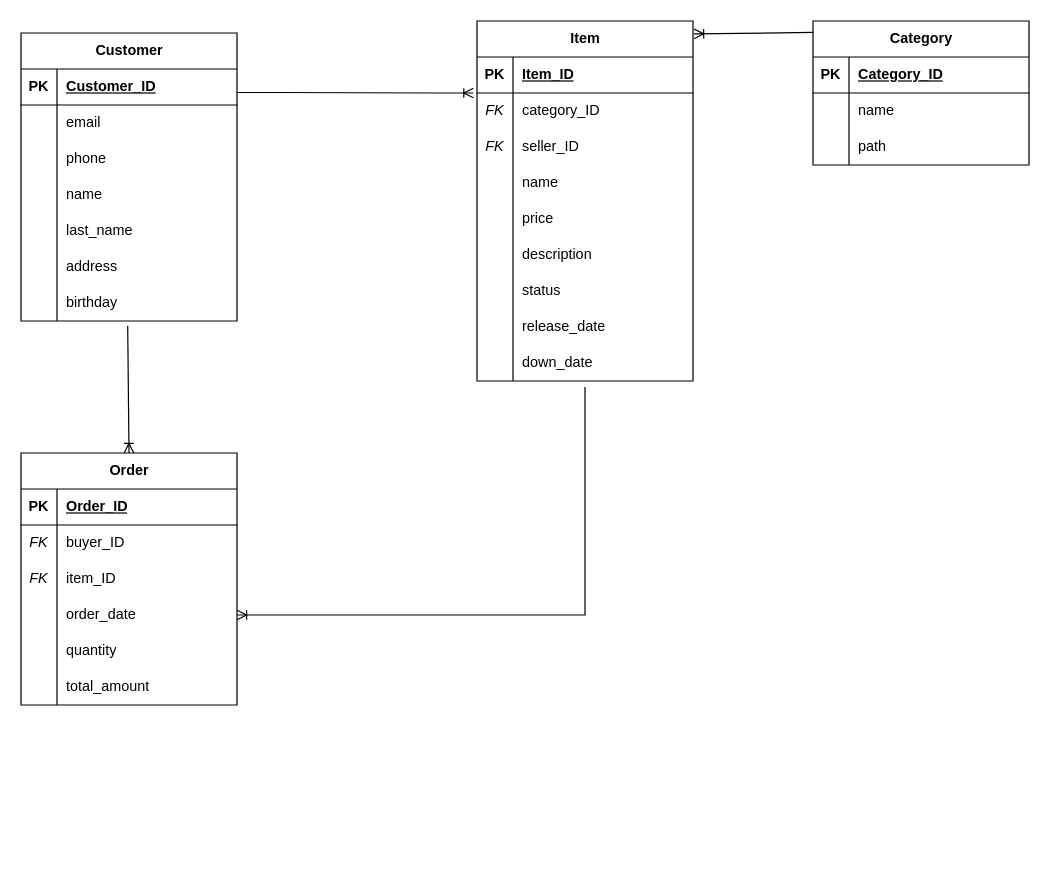
AgusArdizzone/ML-Challenge-SQL keeps this draw.io diagram as Diagrama ecommerce.drawio. Above is the earlier version. Source tidied: cells renumbered, new cells numbered last; positions are measured from the earlier drawing's top-left corner, leaving out a move shared by most shapes. Both pictures are drawn from the tidied source at 120%, with x=0, y=0 at pixel (20, 20).
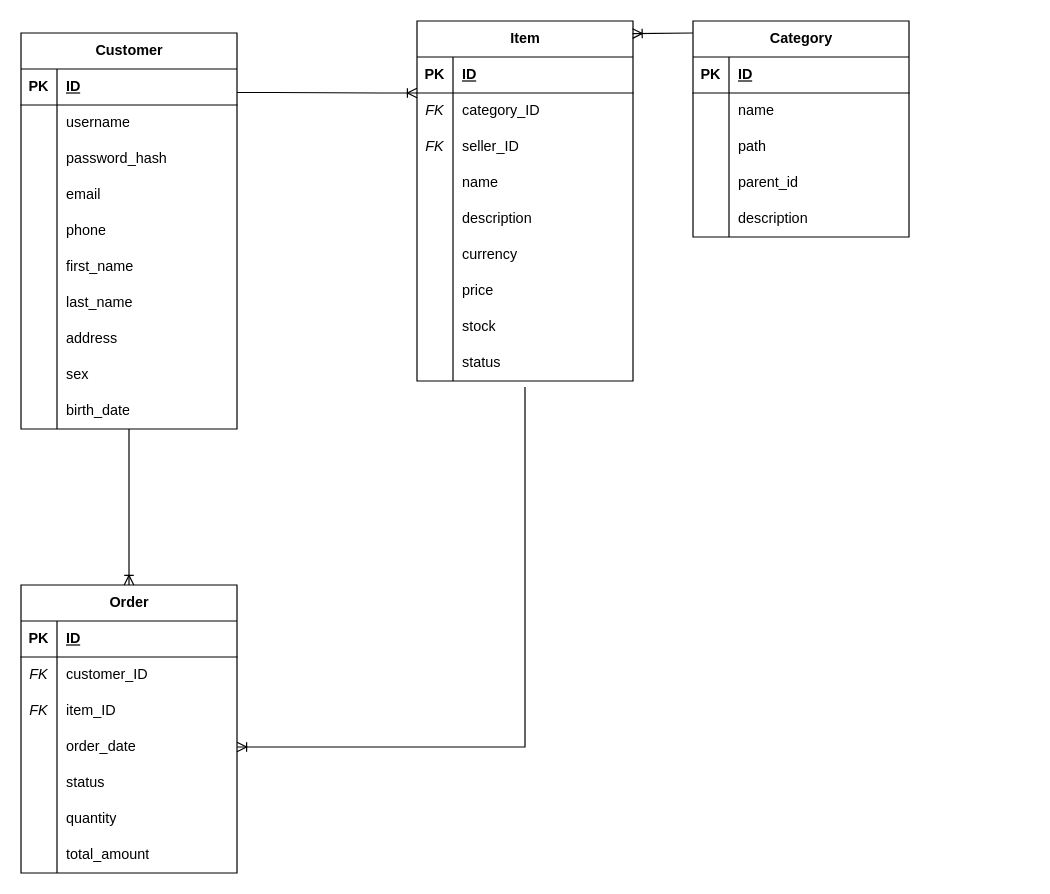
The same diagram, later.

Commit message:
Se agregaron mas campos al DER

Unchanged cells that the change refers to:
```xml
<mxCell id="3" style="shape=tableRow;horizontal=0;startSize=0;swimlaneHead=0;swimlaneBody=0;fillColor=none;top=0;left=0;right=0;bottom=1;" parent="2" vertex="1">
  <mxGeometry y="30" width="180" height="30" as="geometry" />
</mxCell>
<mxCell id="6" style="shape=tableRow;horizontal=0;startSize=0;swimlaneHead=0;swimlaneBody=0;fillColor=none;top=0;left=0;right=0;bottom=0;" parent="2" vertex="1">
  <mxGeometry y="60" width="180" height="30" as="geometry" />
</mxCell>
<mxCell id="9" style="shape=tableRow;horizontal=0;startSize=0;swimlaneHead=0;swimlaneBody=0;fillColor=none;top=0;left=0;right=0;bottom=0;" parent="2" vertex="1">
  <mxGeometry y="90" width="180" height="30" as="geometry" />
</mxCell>
<mxCell id="12" style="shape=tableRow;horizontal=0;startSize=0;swimlaneHead=0;swimlaneBody=0;fillColor=none;top=0;left=0;right=0;bottom=0;" parent="2" vertex="1">
  <mxGeometry y="120" width="180" height="30" as="geometry" />
</mxCell>
<mxCell id="15" style="shape=tableRow;horizontal=0;startSize=0;swimlaneHead=0;swimlaneBody=0;fillColor=none;top=0;left=0;right=0;bottom=0;" parent="2" vertex="1">
  <mxGeometry y="150" width="180" height="30" as="geometry" />
</mxCell>
<mxCell id="18" style="shape=tableRow;horizontal=0;startSize=0;swimlaneHead=0;swimlaneBody=0;fillColor=none;top=0;left=0;right=0;bottom=0;" parent="2" vertex="1">
  <mxGeometry y="180" width="180" height="30" as="geometry" />
</mxCell>
<mxCell id="21" style="shape=tableRow;horizontal=0;startSize=0;swimlaneHead=0;swimlaneBody=0;fillColor=none;points=[[0,0.5],[1,0.5]];portConstraint=eastwest;top=0;left=0;right=0;bottom=0;" parent="2" vertex="1">
  <mxGeometry y="210" width="180" height="30" as="geometry" />
</mxCell>
<mxCell id="25" style="shape=tableRow;horizontal=0;startSize=0;swimlaneHead=0;swimlaneBody=0;fillColor=none;top=0;left=0;right=0;bottom=1;" parent="24" vertex="1">
  <mxGeometry y="30" width="180" height="30" as="geometry" />
</mxCell>
<mxCell id="37" style="shape=tableRow;horizontal=0;startSize=0;swimlaneHead=0;swimlaneBody=0;fillColor=none;top=0;left=0;right=0;bottom=0;" parent="24" vertex="1">
  <mxGeometry y="150" width="180" height="30" as="geometry" />
</mxCell>
<mxCell id="40" style="shape=tableRow;horizontal=0;startSize=0;swimlaneHead=0;swimlaneBody=0;fillColor=none;top=0;left=0;right=0;bottom=0;" parent="24" vertex="1">
  <mxGeometry y="180" width="180" height="30" as="geometry" />
</mxCell>
<mxCell id="43" style="shape=tableRow;horizontal=0;startSize=0;swimlaneHead=0;swimlaneBody=0;fillColor=none;top=0;left=0;right=0;bottom=0;" parent="24" vertex="1">
  <mxGeometry y="210" width="180" height="30" as="geometry" />
</mxCell>
<mxCell id="46" style="shape=tableRow;horizontal=0;startSize=0;swimlaneHead=0;swimlaneBody=0;fillColor=none;top=0;left=0;right=0;bottom=0;" parent="24" vertex="1">
  <mxGeometry y="240" width="180" height="30" as="geometry" />
</mxCell>
<mxCell id="49" style="shape=tableRow;horizontal=0;startSize=0;swimlaneHead=0;swimlaneBody=0;fillColor=none;points=[[0,0.5],[1,0.5]];portConstraint=eastwest;top=0;left=0;right=0;bottom=0;" parent="24" vertex="1">
  <mxGeometry y="270" width="180" height="30" as="geometry" />
</mxCell>
<mxCell id="53" style="shape=tableRow;horizontal=0;startSize=0;swimlaneHead=0;swimlaneBody=0;fillColor=none;top=0;left=0;right=0;bottom=1;" parent="52" vertex="1">
  <mxGeometry y="30" width="180" height="30" as="geometry" />
</mxCell>
<mxCell id="63" style="shape=tableRow;horizontal=0;startSize=0;swimlaneHead=0;swimlaneBody=0;fillColor=none;top=0;left=0;right=0;bottom=1;" parent="62" vertex="1">
  <mxGeometry y="30" width="180" height="30" as="geometry" />
</mxCell>
<mxCell id="66" style="shape=tableRow;horizontal=0;startSize=0;swimlaneHead=0;swimlaneBody=0;fillColor=none;top=0;left=0;right=0;bottom=0;" parent="62" vertex="1">
  <mxGeometry y="60" width="180" height="30" as="geometry" />
</mxCell>
<mxCell id="72" style="shape=tableRow;horizontal=0;startSize=0;swimlaneHead=0;swimlaneBody=0;fillColor=none;points=[[0,0.5],[1,0.5]];portConstraint=eastwest;top=0;left=0;right=0;bottom=0;" parent="62" vertex="1">
  <mxGeometry y="120" width="180" height="30" as="geometry" />
</mxCell>
```

The edit, as a diff of the source:
```diff
@@
     <mxCell id="2" value="Customer" style="shape=table;startSize=30;childLayout=tableLayout;rowLines=0;fontStyle=1;align=center;html=1;" parent="1" vertex="1">
-      <mxGeometry y="10" width="180" height="240" as="geometry" />
+      <mxGeometry y="10" width="180" height="330" as="geometry" />
     </mxCell>
@@
-    <mxCell id="5" value="Customer_ID" style="shape=partialRectangle;fillColor=none;top=0;left=0;bottom=0;right=0;align=left;spacingLeft=6;fontStyle=5;overflow=hidden;whiteSpace=wrap;html=1;" parent="3" vertex="1">
+    <mxCell id="5" value="ID" style="shape=partialRectangle;fillColor=none;top=0;left=0;bottom=0;right=0;align=left;spacingLeft=6;fontStyle=5;overflow=hidden;whiteSpace=wrap;html=1;" parent="3" vertex="1">
       <mxGeometry x="30" width="150" height="30" as="geometry" />
     </mxCell>
@@
-    <mxCell id="8" value="email" style="shape=partialRectangle;fillColor=none;top=0;left=0;bottom=0;right=0;align=left;spacingLeft=6;overflow=hidden;whiteSpace=wrap;html=1;" parent="6" vertex="1">
+    <mxCell id="8" value="username" style="shape=partialRectangle;fillColor=none;top=0;left=0;bottom=0;right=0;align=left;spacingLeft=6;overflow=hidden;whiteSpace=wrap;html=1;" parent="6" vertex="1">
       <mxGeometry x="30" width="150" height="30" as="geometry" />
     </mxCell>
@@
-    <mxCell id="11" value="phone" style="shape=partialRectangle;fillColor=none;top=0;left=0;bottom=0;right=0;align=left;spacingLeft=6;overflow=hidden;whiteSpace=wrap;html=1;" parent="9" vertex="1">
+    <mxCell id="11" value="password_hash" style="shape=partialRectangle;fillColor=none;top=0;left=0;bottom=0;right=0;align=left;spacingLeft=6;overflow=hidden;whiteSpace=wrap;html=1;" parent="9" vertex="1">
       <mxGeometry x="30" width="150" height="30" as="geometry" />
     </mxCell>
@@
-    <mxCell id="14" value="name" style="shape=partialRectangle;fillColor=none;top=0;left=0;bottom=0;right=0;align=left;spacingLeft=6;overflow=hidden;whiteSpace=wrap;html=1;" parent="12" vertex="1">
+    <mxCell id="14" value="email" style="shape=partialRectangle;fillColor=none;top=0;left=0;bottom=0;right=0;align=left;spacingLeft=6;overflow=hidden;whiteSpace=wrap;html=1;" parent="12" vertex="1">
       <mxGeometry x="30" width="150" height="30" as="geometry" />
     </mxCell>
@@
-    <mxCell id="17" value="last_name" style="shape=partialRectangle;fillColor=none;top=0;left=0;bottom=0;right=0;align=left;spacingLeft=6;overflow=hidden;whiteSpace=wrap;html=1;" parent="15" vertex="1">
+    <mxCell id="17" value="phone" style="shape=partialRectangle;fillColor=none;top=0;left=0;bottom=0;right=0;align=left;spacingLeft=6;overflow=hidden;whiteSpace=wrap;html=1;" parent="15" vertex="1">
       <mxGeometry x="30" width="150" height="30" as="geometry" />
     </mxCell>
@@
-    <mxCell id="20" value="address" style="shape=partialRectangle;fillColor=none;top=0;left=0;bottom=0;right=0;align=left;spacingLeft=6;overflow=hidden;whiteSpace=wrap;html=1;" parent="18" vertex="1">
+    <mxCell id="20" value="first_name" style="shape=partialRectangle;fillColor=none;top=0;left=0;bottom=0;right=0;align=left;spacingLeft=6;overflow=hidden;whiteSpace=wrap;html=1;" parent="18" vertex="1">
       <mxGeometry x="30" width="150" height="30" as="geometry" />
     </mxCell>
@@
-    <mxCell id="23" value="birthday" style="shape=partialRectangle;fillColor=none;top=0;left=0;bottom=0;right=0;align=left;spacingLeft=6;overflow=hidden;whiteSpace=wrap;html=1;" parent="21" vertex="1">
+    <mxCell id="23" value="last_name" style="shape=partialRectangle;fillColor=none;top=0;left=0;bottom=0;right=0;align=left;spacingLeft=6;overflow=hidden;whiteSpace=wrap;html=1;" parent="21" vertex="1">
       <mxGeometry x="30" width="150" height="30" as="geometry" />
     </mxCell>
+    <mxCell id="85" style="shape=tableRow;horizontal=0;startSize=0;swimlaneHead=0;swimlaneBody=0;fillColor=none;top=0;left=0;right=0;bottom=0;" parent="2" vertex="1">
+      <mxGeometry y="240" width="180" height="30" as="geometry" />
+    </mxCell>
+    <mxCell id="86" style="shape=partialRectangle;fillColor=none;top=0;left=0;bottom=0;right=0;overflow=hidden;whiteSpace=wrap;html=1;" parent="85" vertex="1">
+      <mxGeometry width="30" height="30" as="geometry" />
+    </mxCell>
+    <mxCell id="87" value="address" style="shape=partialRectangle;fillColor=none;top=0;left=0;bottom=0;right=0;align=left;spacingLeft=6;overflow=hidden;whiteSpace=wrap;html=1;" parent="85" vertex="1">
+      <mxGeometry x="30" width="150" height="30" as="geometry" />
+    </mxCell>
+    <mxCell id="88" style="shape=tableRow;horizontal=0;startSize=0;swimlaneHead=0;swimlaneBody=0;fillColor=none;top=0;left=0;right=0;bottom=0;" parent="2" vertex="1">
+      <mxGeometry y="270" width="180" height="30" as="geometry" />
+    </mxCell>
+    <mxCell id="89" style="shape=partialRectangle;fillColor=none;top=0;left=0;bottom=0;right=0;overflow=hidden;whiteSpace=wrap;html=1;" parent="88" vertex="1">
+      <mxGeometry width="30" height="30" as="geometry" />
+    </mxCell>
+    <mxCell id="90" value="sex" style="shape=partialRectangle;fillColor=none;top=0;left=0;bottom=0;right=0;align=left;spacingLeft=6;overflow=hidden;whiteSpace=wrap;html=1;" parent="88" vertex="1">
+      <mxGeometry x="30" width="150" height="30" as="geometry" />
+    </mxCell>
+    <mxCell id="91" style="shape=tableRow;horizontal=0;startSize=0;swimlaneHead=0;swimlaneBody=0;fillColor=none;top=0;left=0;right=0;bottom=0;" parent="2" vertex="1">
+      <mxGeometry y="300" width="180" height="30" as="geometry" />
+    </mxCell>
+    <mxCell id="92" style="shape=partialRectangle;fillColor=none;top=0;left=0;bottom=0;right=0;overflow=hidden;whiteSpace=wrap;html=1;" parent="91" vertex="1">
+      <mxGeometry width="30" height="30" as="geometry" />
+    </mxCell>
+    <mxCell id="93" value="birth_date" style="shape=partialRectangle;fillColor=none;top=0;left=0;bottom=0;right=0;align=left;spacingLeft=6;overflow=hidden;whiteSpace=wrap;html=1;" parent="91" vertex="1">
+      <mxGeometry x="30" width="150" height="30" as="geometry" />
+    </mxCell>
     <mxCell id="24" value="Item" style="shape=table;startSize=30;childLayout=tableLayout;rowLines=0;fontStyle=1;align=center;html=1;" parent="1" vertex="1">
-      <mxGeometry x="380" width="180" height="300" as="geometry" />
+      <mxGeometry x="330" width="180" height="300" as="geometry" />
     </mxCell>
@@
-    <mxCell id="27" value="Item_ID" style="shape=partialRectangle;fillColor=none;top=0;left=0;bottom=0;right=0;align=left;spacingLeft=6;fontStyle=5;overflow=hidden;whiteSpace=wrap;html=1;" parent="25" vertex="1">
+    <mxCell id="27" value="ID" style="shape=partialRectangle;fillColor=none;top=0;left=0;bottom=0;right=0;align=left;spacingLeft=6;fontStyle=5;overflow=hidden;whiteSpace=wrap;html=1;" parent="25" vertex="1">
       <mxGeometry x="30" width="150" height="30" as="geometry" />
     </mxCell>
@@
-    <mxCell id="39" value="price" style="shape=partialRectangle;fillColor=none;top=0;left=0;bottom=0;right=0;align=left;spacingLeft=6;overflow=hidden;whiteSpace=wrap;html=1;" parent="37" vertex="1">
+    <mxCell id="39" value="description" style="shape=partialRectangle;fillColor=none;top=0;left=0;bottom=0;right=0;align=left;spacingLeft=6;overflow=hidden;whiteSpace=wrap;html=1;" parent="37" vertex="1">
       <mxGeometry x="30" width="150" height="30" as="geometry" />
     </mxCell>
@@
-    <mxCell id="42" value="description" style="shape=partialRectangle;fillColor=none;top=0;left=0;bottom=0;right=0;align=left;spacingLeft=6;overflow=hidden;whiteSpace=wrap;html=1;" parent="40" vertex="1">
+    <mxCell id="42" value="currency" style="shape=partialRectangle;fillColor=none;top=0;left=0;bottom=0;right=0;align=left;spacingLeft=6;overflow=hidden;whiteSpace=wrap;html=1;" parent="40" vertex="1">
       <mxGeometry x="30" width="150" height="30" as="geometry" />
     </mxCell>
@@
-    <mxCell id="45" value="status" style="shape=partialRectangle;fillColor=none;top=0;left=0;bottom=0;right=0;align=left;spacingLeft=6;overflow=hidden;whiteSpace=wrap;html=1;" parent="43" vertex="1">
+    <mxCell id="45" value="price" style="shape=partialRectangle;fillColor=none;top=0;left=0;bottom=0;right=0;align=left;spacingLeft=6;overflow=hidden;whiteSpace=wrap;html=1;" parent="43" vertex="1">
       <mxGeometry x="30" width="150" height="30" as="geometry" />
     </mxCell>
@@
-    <mxCell id="48" value="release_date" style="shape=partialRectangle;fillColor=none;top=0;left=0;bottom=0;right=0;align=left;spacingLeft=6;overflow=hidden;whiteSpace=wrap;html=1;" parent="46" vertex="1">
+    <mxCell id="48" value="stock" style="shape=partialRectangle;fillColor=none;top=0;left=0;bottom=0;right=0;align=left;spacingLeft=6;overflow=hidden;whiteSpace=wrap;html=1;" parent="46" vertex="1">
       <mxGeometry x="30" width="150" height="30" as="geometry" />
     </mxCell>
@@
-    <mxCell id="51" value="down_date" style="shape=partialRectangle;fillColor=none;top=0;left=0;bottom=0;right=0;align=left;spacingLeft=6;overflow=hidden;whiteSpace=wrap;html=1;" parent="49" vertex="1">
+    <mxCell id="51" value="status" style="shape=partialRectangle;fillColor=none;top=0;left=0;bottom=0;right=0;align=left;spacingLeft=6;overflow=hidden;whiteSpace=wrap;html=1;" parent="49" vertex="1">
       <mxGeometry x="30" width="150" height="30" as="geometry" />
     </mxCell>
     <mxCell id="52" value="Category" style="shape=table;startSize=30;childLayout=tableLayout;rowLines=0;fontStyle=1;align=center;html=1;" parent="1" vertex="1">
-      <mxGeometry x="660" width="180" height="120" as="geometry" />
+      <mxGeometry x="560" width="180" height="180" as="geometry" />
     </mxCell>
@@
-    <mxCell id="55" value="Category_ID" style="shape=partialRectangle;fillColor=none;top=0;left=0;bottom=0;right=0;align=left;spacingLeft=6;fontStyle=5;overflow=hidden;whiteSpace=wrap;html=1;" parent="53" vertex="1">
+    <mxCell id="55" value="ID" style="shape=partialRectangle;fillColor=none;top=0;left=0;bottom=0;right=0;align=left;spacingLeft=6;fontStyle=5;overflow=hidden;whiteSpace=wrap;html=1;" parent="53" vertex="1">
       <mxGeometry x="30" width="150" height="30" as="geometry" />
     </mxCell>
@@
+    <mxCell id="94" style="shape=tableRow;horizontal=0;startSize=0;swimlaneHead=0;swimlaneBody=0;fillColor=none;top=0;left=0;right=0;bottom=0;" parent="52" vertex="1">
+      <mxGeometry y="120" width="180" height="30" as="geometry" />
+    </mxCell>
+    <mxCell id="95" style="shape=partialRectangle;fillColor=none;top=0;left=0;bottom=0;right=0;overflow=hidden;whiteSpace=wrap;html=1;" parent="94" vertex="1">
+      <mxGeometry width="30" height="30" as="geometry" />
+    </mxCell>
+    <mxCell id="96" value="parent_id" style="shape=partialRectangle;fillColor=none;top=0;left=0;bottom=0;right=0;align=left;spacingLeft=6;overflow=hidden;whiteSpace=wrap;html=1;" parent="94" vertex="1">
+      <mxGeometry x="30" width="150" height="30" as="geometry" />
+    </mxCell>
+    <mxCell id="97" style="shape=tableRow;horizontal=0;startSize=0;swimlaneHead=0;swimlaneBody=0;fillColor=none;top=0;left=0;right=0;bottom=0;" parent="52" vertex="1">
+      <mxGeometry y="150" width="180" height="30" as="geometry" />
+    </mxCell>
+    <mxCell id="98" style="shape=partialRectangle;fillColor=none;top=0;left=0;bottom=0;right=0;overflow=hidden;whiteSpace=wrap;html=1;" parent="97" vertex="1">
+      <mxGeometry width="30" height="30" as="geometry" />
+    </mxCell>
+    <mxCell id="99" value="description" style="shape=partialRectangle;fillColor=none;top=0;left=0;bottom=0;right=0;align=left;spacingLeft=6;overflow=hidden;whiteSpace=wrap;html=1;" parent="97" vertex="1">
+      <mxGeometry x="30" width="150" height="30" as="geometry" />
+    </mxCell>
     <mxCell id="62" value="Order" style="shape=table;startSize=30;childLayout=tableLayout;rowLines=0;fontStyle=1;align=center;html=1;" parent="1" vertex="1">
-      <mxGeometry y="360" width="180" height="210" as="geometry" />
+      <mxGeometry y="470" width="180" height="240" as="geometry" />
     </mxCell>
@@
-    <mxCell id="65" value="Order_ID" style="shape=partialRectangle;fillColor=none;top=0;left=0;bottom=0;right=0;align=left;spacingLeft=6;fontStyle=5;overflow=hidden;whiteSpace=wrap;html=1;" parent="63" vertex="1">
+    <mxCell id="65" value="ID" style="shape=partialRectangle;fillColor=none;top=0;left=0;bottom=0;right=0;align=left;spacingLeft=6;fontStyle=5;overflow=hidden;whiteSpace=wrap;html=1;" parent="63" vertex="1">
       <mxGeometry x="30" width="150" height="30" as="geometry" />
     </mxCell>
@@
-    <mxCell id="68" value="buyer_ID" style="shape=partialRectangle;fillColor=none;top=0;left=0;bottom=0;right=0;align=left;spacingLeft=6;overflow=hidden;whiteSpace=wrap;html=1;" parent="66" vertex="1">
+    <mxCell id="68" value="customer_ID" style="shape=partialRectangle;fillColor=none;top=0;left=0;bottom=0;right=0;align=left;spacingLeft=6;overflow=hidden;whiteSpace=wrap;html=1;" parent="66" vertex="1">
       <mxGeometry x="30" width="150" height="30" as="geometry" />
     </mxCell>
@@
+    <mxCell id="100" style="shape=tableRow;horizontal=0;startSize=0;swimlaneHead=0;swimlaneBody=0;fillColor=none;top=0;left=0;right=0;bottom=0;" parent="62" vertex="1">
+      <mxGeometry y="150" width="180" height="30" as="geometry" />
+    </mxCell>
+    <mxCell id="101" style="shape=partialRectangle;fillColor=none;top=0;left=0;bottom=0;right=0;overflow=hidden;whiteSpace=wrap;html=1;" parent="100" vertex="1">
+      <mxGeometry width="30" height="30" as="geometry" />
+    </mxCell>
+    <mxCell id="102" value="status" style="shape=partialRectangle;fillColor=none;top=0;left=0;bottom=0;right=0;align=left;spacingLeft=6;overflow=hidden;whiteSpace=wrap;html=1;" parent="100" vertex="1">
+      <mxGeometry x="30" width="150" height="30" as="geometry" />
+    </mxCell>
     <mxCell id="75" style="shape=tableRow;horizontal=0;startSize=0;swimlaneHead=0;swimlaneBody=0;fillColor=none;top=0;left=0;right=0;bottom=0;" parent="62" vertex="1">
-      <mxGeometry y="150" width="180" height="30" as="geometry" />
+      <mxGeometry y="180" width="180" height="30" as="geometry" />
     </mxCell>
@@
     <mxCell id="78" style="shape=tableRow;horizontal=0;startSize=0;swimlaneHead=0;swimlaneBody=0;fillColor=none;top=0;left=0;right=0;bottom=0;" parent="62" vertex="1">
-      <mxGeometry y="180" width="180" height="30" as="geometry" />
+      <mxGeometry y="210" width="180" height="30" as="geometry" />
     </mxCell>
@@
-    <mxCell id="81" style="fontSize=12;html=1;endArrow=ERoneToMany;rounded=0;exitX=0.002;exitY=0.079;exitDx=0;exitDy=0;exitPerimeter=0;entryX=0.988;entryY=0.344;entryDx=0;entryDy=0;entryPerimeter=0;" parent="1" edge="1" source="52">
+    <mxCell id="81" style="fontSize=12;html=1;endArrow=ERoneToMany;rounded=0;entryX=0.998;entryY=0.035;entryDx=0;entryDy=0;entryPerimeter=0;" parent="1" edge="1" target="24">
       <mxGeometry relative="1" as="geometry">
-        <mxPoint x="560.9" y="10.8" as="targetPoint" />
+        <mxPoint x="560" y="10" as="sourcePoint" />
       </mxGeometry>
     </mxCell>
-    <mxCell id="82" style="fontSize=12;html=1;endArrow=ERoneToMany;rounded=0;entryX=0.5;entryY=0;entryDx=0;entryDy=0;exitX=0.494;exitY=1.133;exitDx=0;exitDy=0;exitPerimeter=0;" parent="1" edge="1" source="21" target="62">
-      <mxGeometry relative="1" as="geometry" />
+    <mxCell id="82" style="fontSize=12;html=1;endArrow=ERoneToMany;rounded=0;entryX=0.5;entryY=0;entryDx=0;entryDy=0;" parent="1" edge="1" target="62">
+      <mxGeometry relative="1" as="geometry">
+        <mxPoint x="90" y="340" as="sourcePoint" />
+      </mxGeometry>
     </mxCell>
     <mxCell id="83" style="edgeStyle=entityRelationEdgeStyle;fontSize=12;html=1;endArrow=ERoneToMany;rounded=0;" parent="1" edge="1">
       <mxGeometry relative="1" as="geometry">
         <mxPoint x="180" y="59.6" as="sourcePoint" />
-        <mxPoint x="377" y="60" as="targetPoint" />
+        <mxPoint x="330" y="60" as="targetPoint" />
         <Array as="points">
           <mxPoint x="367.1" y="69.6" />
           <mxPoint x="357.1" y="69.6" />
           <mxPoint x="357.1" y="69.6" />
         </Array>
       </mxGeometry>
     </mxCell>
     <mxCell id="84" style="edgeStyle=orthogonalEdgeStyle;fontSize=12;html=1;endArrow=ERoneToMany;rounded=0;exitX=0.5;exitY=1.167;exitDx=0;exitDy=0;exitPerimeter=0;entryX=1;entryY=0.5;entryDx=0;entryDy=0;" parent="1" edge="1" source="49" target="72">
       <mxGeometry relative="1" as="geometry">
         <Array as="points">
-          <mxPoint x="470" y="495" />
+          <mxPoint x="420" y="605" />
         </Array>
       </mxGeometry>
     </mxCell>
```
